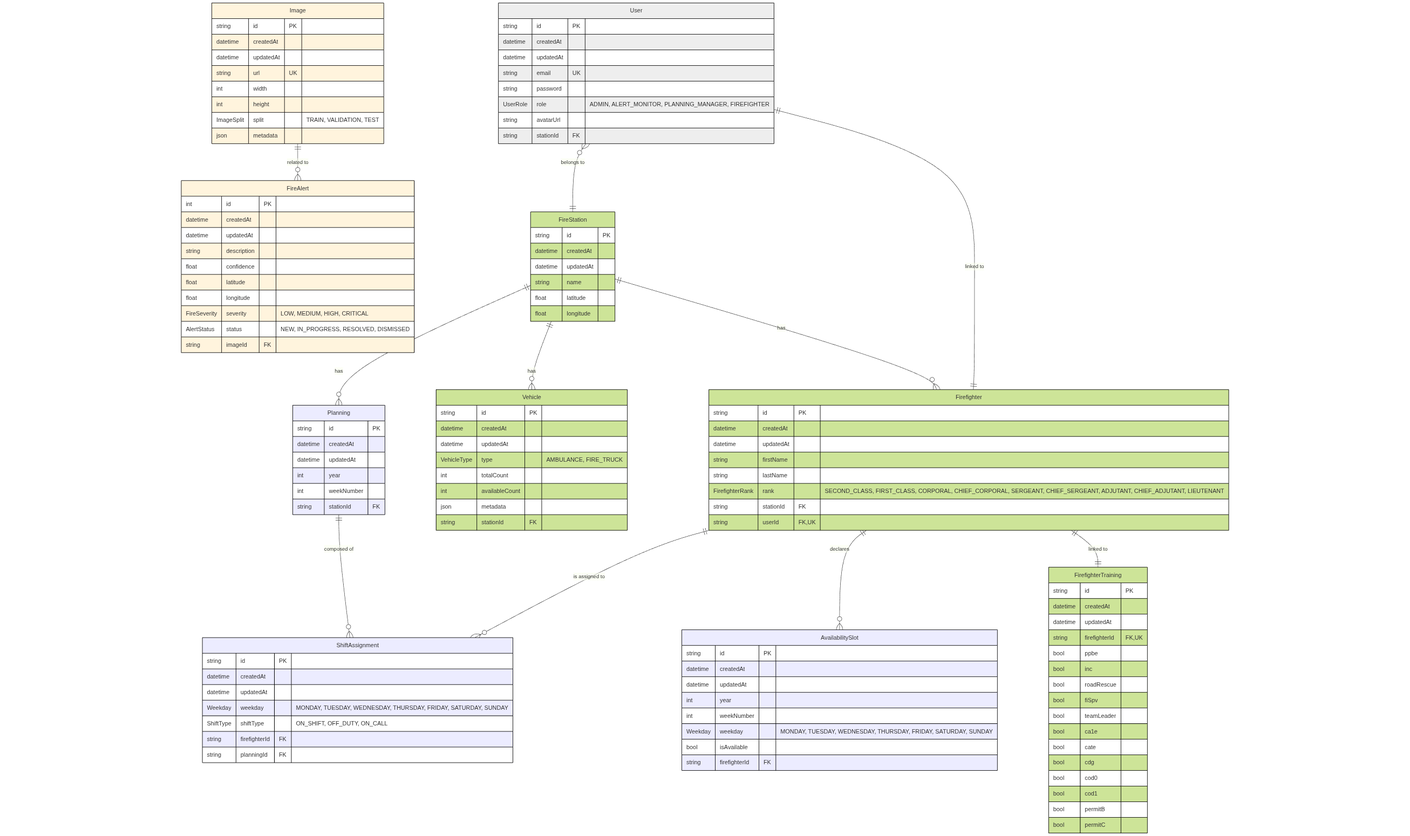
The Mermaid diagram src/diagrams/db.png in insa-resq/firepulse-databases, before a commit. Its source is kept beside it as src/diagrams/db.mmd.
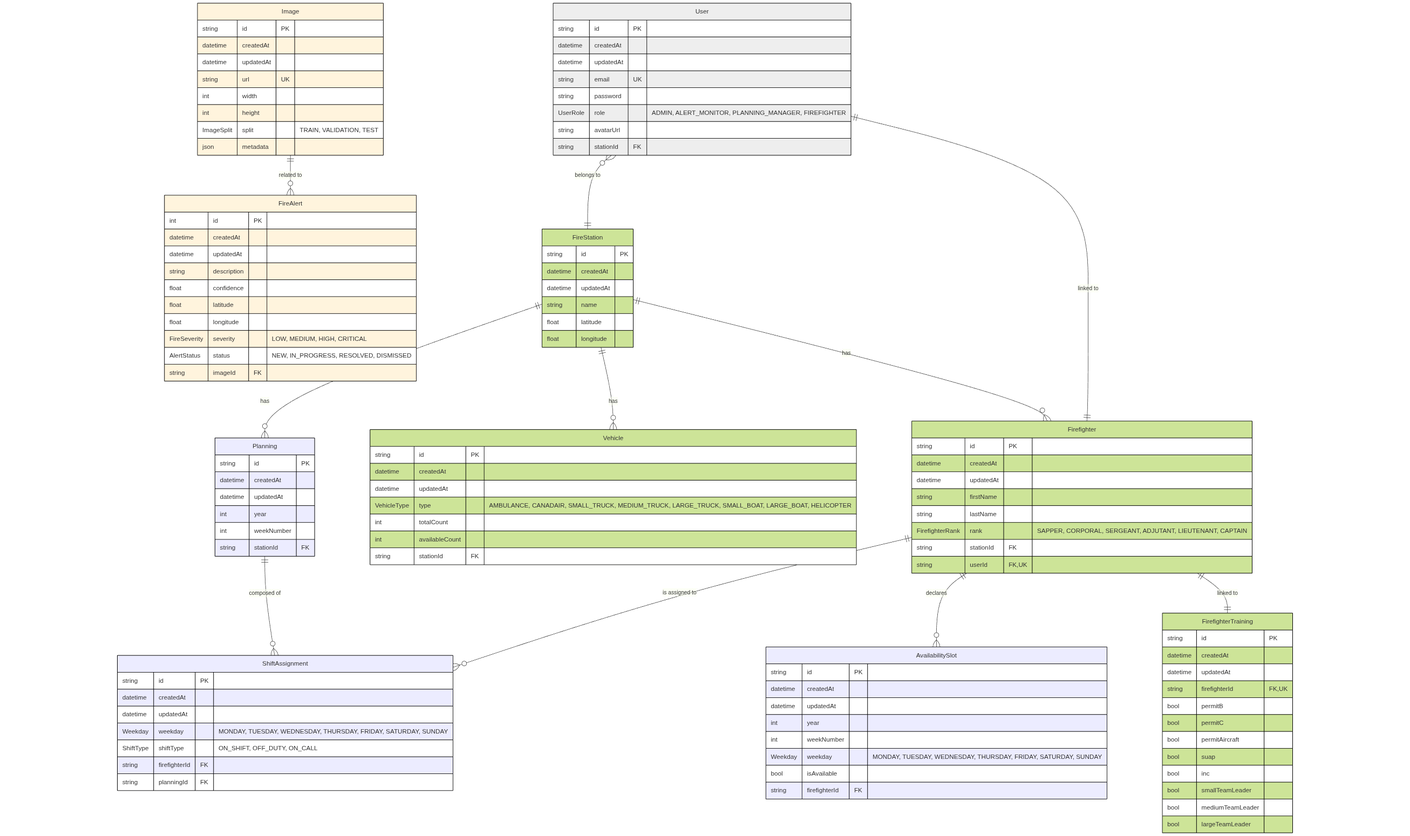
The same diagram one commit later.

Change to the diagram source:
```diff
@@ -70,10 +70,9 @@
     string id PK
     datetime createdAt
     datetime updatedAt
-    VehicleType type "AMBULANCE, FIRE_TRUCK"
+    VehicleType type "AMBULANCE, CANADAIR, SMALL_TRUCK, MEDIUM_TRUCK, LARGE_TRUCK, SMALL_BOAT, LARGE_BOAT, HELICOPTER"
     int totalCount
     int availableCount
-    json metadata
     string stationId FK
   }
   Firefighter:::registry {
@@ -82,7 +81,7 @@
     datetime updatedAt
     string firstName
     string lastName
-    FirefighterRank rank "SECOND_CLASS, FIRST_CLASS, CORPORAL, CHIEF_CORPORAL, SERGEANT, CHIEF_SERGEANT, ADJUTANT, CHIEF_ADJUTANT, LIEUTENANT"
+    FirefighterRank rank "SAPPER, CORPORAL, SERGEANT, ADJUTANT, LIEUTENANT, CAPTAIN"
     string stationId FK
     string userId FK,UK
   }
@@ -91,18 +90,14 @@
     datetime createdAt
     datetime updatedAt
     string firefighterId FK,UK
-    bool ppbe
-    bool inc
-    bool roadRescue
-    bool fiSpv
-    bool teamLeader
-    bool ca1e
-    bool cate
-    bool cdg
-    bool cod0
-    bool cod1
     bool permitB
     bool permitC
+    bool permitAircraft
+    bool suap
+    bool inc
+    bool smallTeamLeader
+    bool mediumTeamLeader
+    bool largeTeamLeader
   }
   Image ||--o{ FireAlert : "related to"
   User ||--|| Firefighter : "linked to"
```
